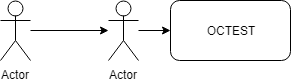
DariusX/octest keeps this draw.io diagram as Untitled Diagram.png. Above is the earlier version. Source tidied: cells renumbered, new cells last; positions are measured from the earlier drawing's top-left corner, leaving out a move shared by most shapes. Its diagram source:
```xml
<mxGraphModel>
  <root>
    <mxCell id="0" />
    <mxCell id="1" parent="0" />
    <mxCell id="2" value="OCTEST" style="rounded=1;whiteSpace=wrap;html=1;" parent="1" vertex="1">
      <mxGeometry x="170" width="120" height="60" as="geometry" />
    </mxCell>
    <mxCell id="3" style="edgeStyle=orthogonalEdgeStyle;rounded=0;jettySize=auto;html=1;" parent="1" edge="1" source="4" target="6">
      <mxGeometry relative="1" as="geometry" />
    </mxCell>
    <mxCell id="4" value="Actor" style="shape=umlActor;verticalLabelPosition=bottom;labelBackgroundColor=#ffffff;verticalAlign=top;html=1;outlineConnect=0;" parent="1" vertex="1">
      <mxGeometry width="30" height="60" as="geometry" />
    </mxCell>
    <mxCell id="5" style="edgeStyle=orthogonalEdgeStyle;rounded=0;jettySize=auto;html=1;" parent="1" edge="1" source="6" target="2">
      <mxGeometry relative="1" as="geometry" />
    </mxCell>
    <mxCell id="6" value="Actor" style="shape=umlActor;verticalLabelPosition=bottom;labelBackgroundColor=#ffffff;verticalAlign=top;html=1;outlineConnect=0;" parent="1" vertex="1">
      <mxGeometry x="108" width="30" height="60" as="geometry" />
    </mxCell>
  </root>
</mxGraphModel>
```
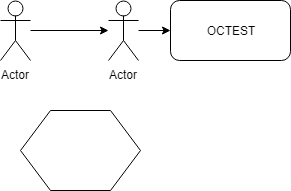
Later version of the same file.

Diff of the diagram source:
```diff
@@ -17,5 +17,8 @@
     <mxCell id="6" value="Actor" style="shape=umlActor;verticalLabelPosition=bottom;labelBackgroundColor=#ffffff;verticalAlign=top;html=1;outlineConnect=0;" parent="1" vertex="1">
       <mxGeometry x="108" width="30" height="60" as="geometry" />
     </mxCell>
+    <mxCell id="7" style="shape=hexagon;perimeter=hexagonPerimeter2;whiteSpace=wrap;html=1;" parent="1" vertex="1">
+      <mxGeometry x="20" y="110" width="120" height="80" as="geometry" />
+    </mxCell>
   </root>
 </mxGraphModel>
```
